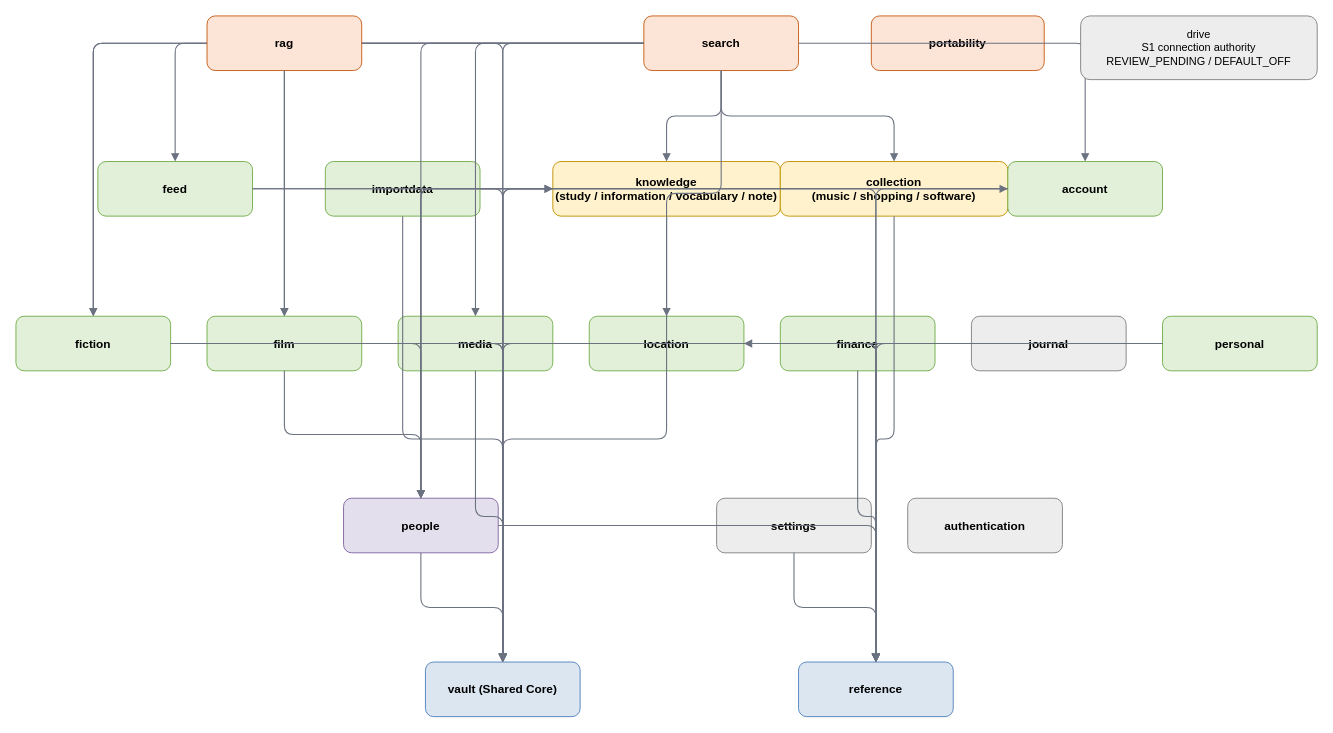
Before: docs/architecture/diagrams/source/module-dependencies.drawio in vhvkhangg/personal-private-vault, a draw.io diagram. Source tidied: cells renumbered, new cells numbered last; positions are measured from the earlier drawing's top-left corner, leaving out a move shared by most shapes. Both pictures are drawn from the tidied source at 91%, with x=0, y=0 at pixel (15, 15).
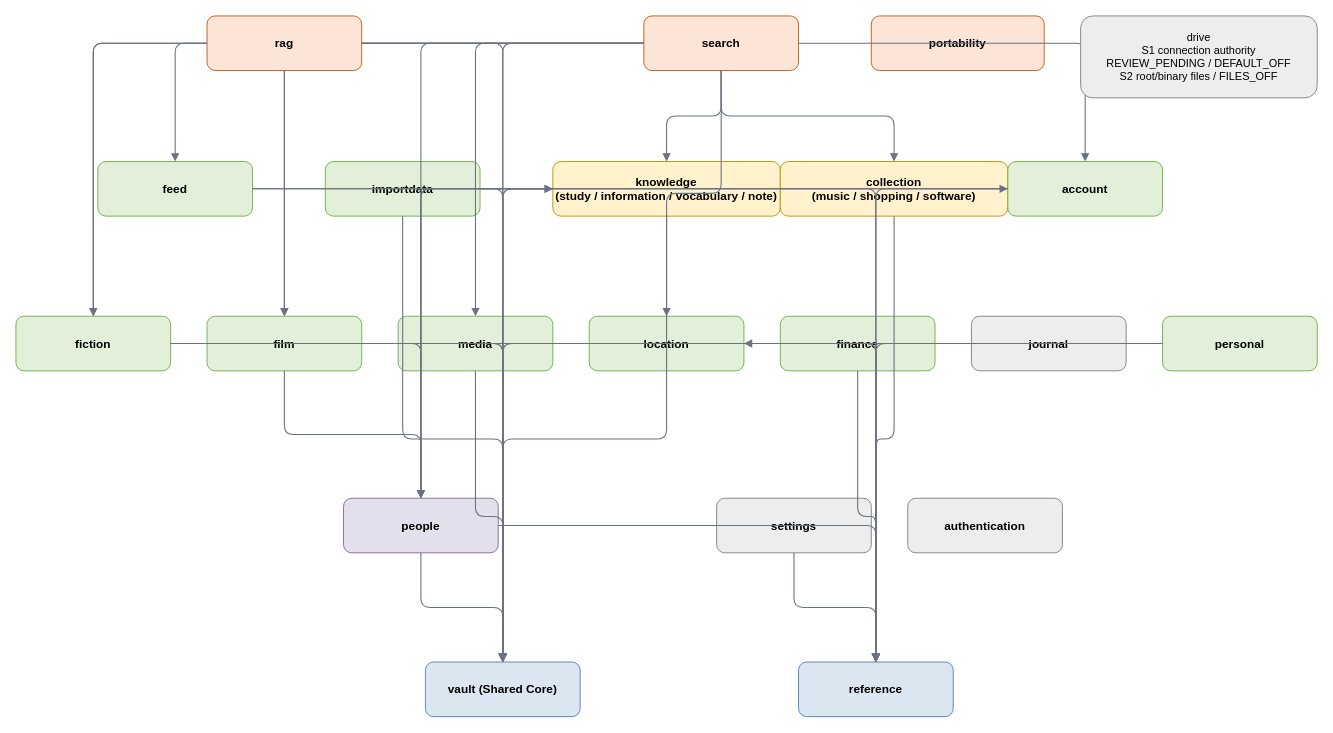
The same diagram, later.

Diff of the diagram source:
```diff
@@
-    <mxCell id="63" value="drive&#10;S1 connection authority&#10;REVIEW_PENDING / DEFAULT_OFF" style="rounded=1;whiteSpace=wrap;html=1;fillColor=#EDEDED;strokeColor=#7F7F7F;fontSize=12;align=center;verticalAlign=middle;" parent="1" vertex="1">
-      <mxGeometry x="1170" width="260" height="70" as="geometry" />
+    <mxCell id="63" value="drive&#10;S1 connection authority&#10;REVIEW_PENDING / DEFAULT_OFF&#10;S2 root/binary files / FILES_OFF" style="rounded=1;whiteSpace=wrap;html=1;fillColor=#EDEDED;strokeColor=#7F7F7F;fontSize=12;align=center;verticalAlign=middle;" parent="1" vertex="1">
+      <mxGeometry x="1170" width="260" height="90" as="geometry" />
     </mxCell>
```
